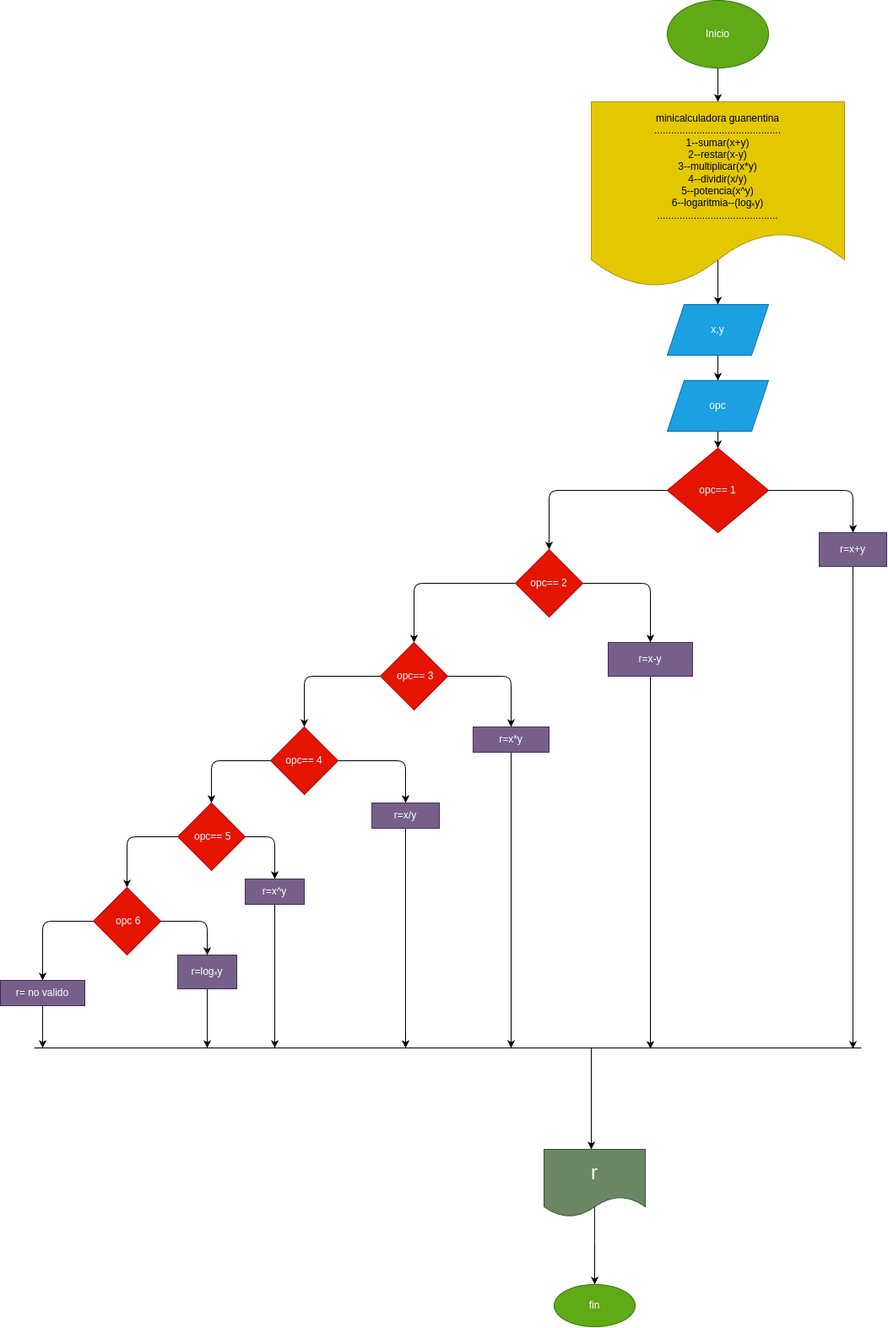
Josix09/minicalculadora_guanentina keeps this draw.io diagram as diagrama.png. Above is the earlier version. Source tidied: cells renumbered, new cells last; positions are measured from the earlier drawing's top-left corner, leaving out a move shared by most shapes.
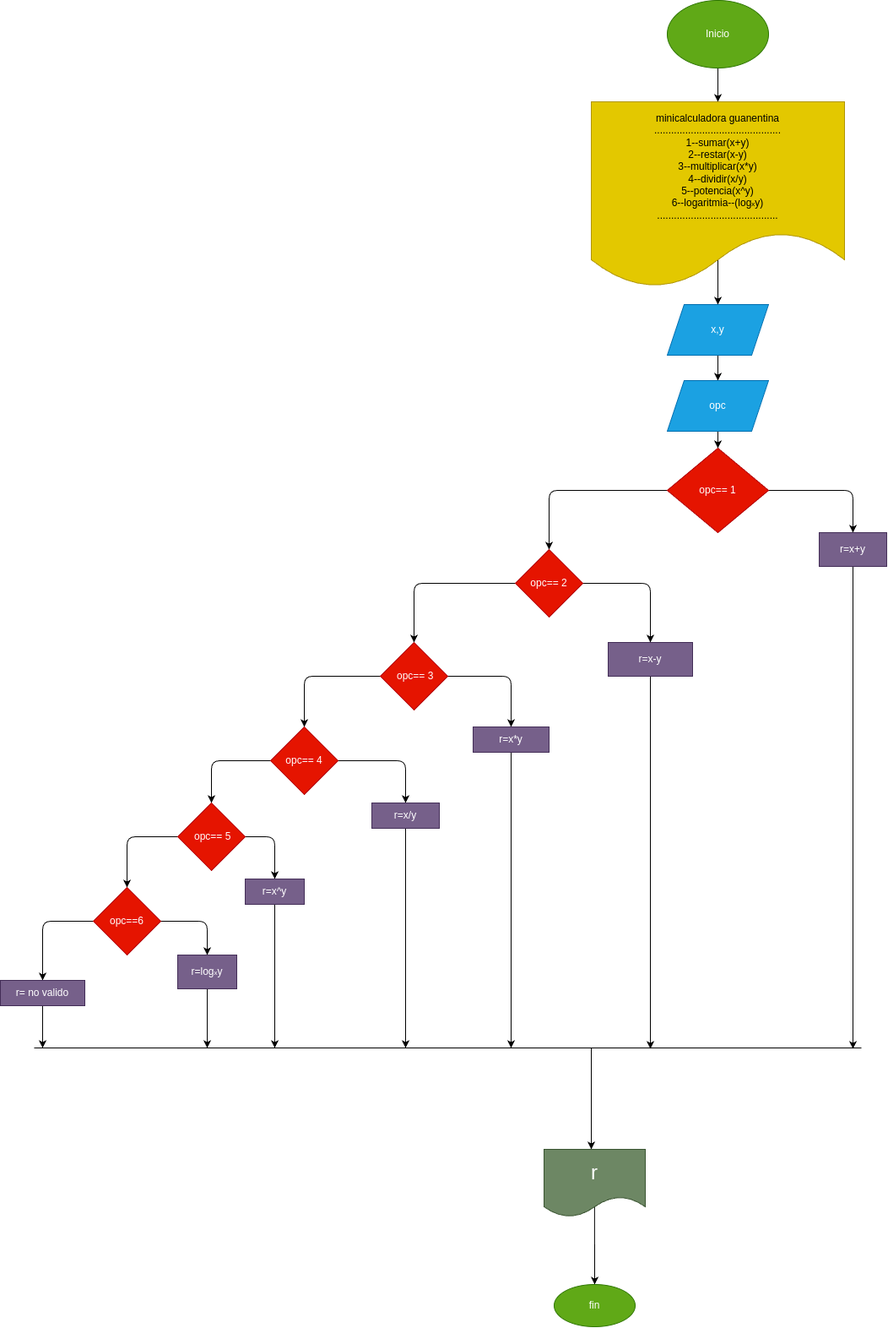
Above is the later version.

Commit message:
se actualizaron los archivos

Change to the diagram source:
```diff
@@ -159,7 +159,7 @@
         </Array>
       </mxGeometry>
     </mxCell>
-    <mxCell id="35" value="&amp;nbsp;opc 6" style="rhombus;whiteSpace=wrap;html=1;fillColor=#e51400;fontColor=#ffffff;strokeColor=#B20000;" parent="1" vertex="1">
+    <mxCell id="35" value="&amp;nbsp;opc==6&amp;nbsp;" style="rhombus;whiteSpace=wrap;html=1;fillColor=#e51400;fontColor=#ffffff;strokeColor=#B20000;" parent="1" vertex="1">
       <mxGeometry x="110" y="1050" width="80" height="80" as="geometry" />
     </mxCell>
     <mxCell id="36" style="edgeStyle=none;html=1;" parent="1" edge="1" source="37">
```
